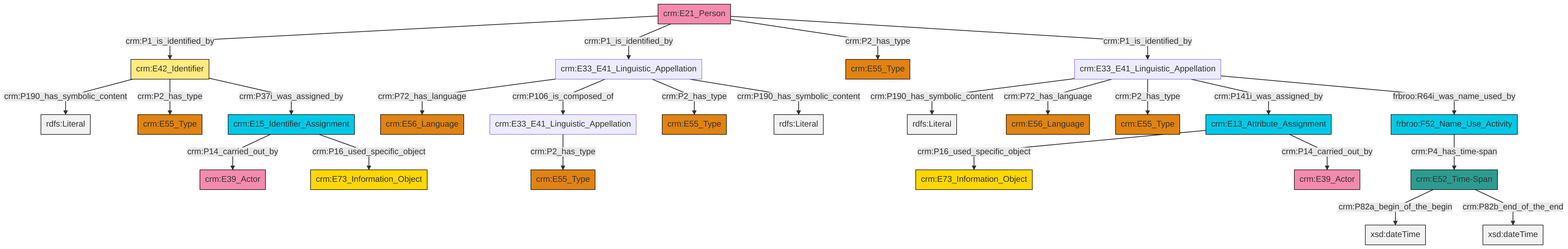
Above: et/personCSV/ttl/mmd/png/Person_Names_and_Classification.png in swiss-art-research-net/reference-data-models (Mermaid), before the change. Its source is kept beside it as et/personCSV/ttl/mmd/Person_Names_and_Classification.ttl.mmd.
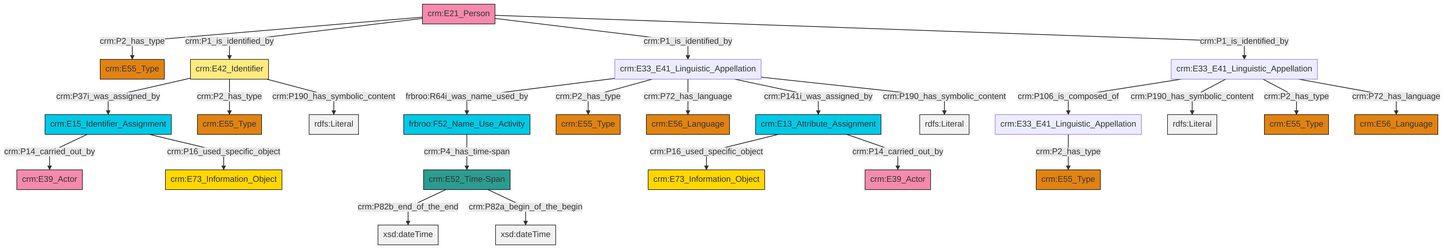
Above is the later version.

Diff of the diagram source:
```diff
@@ -13,27 +13,27 @@
 classDef PC_Classes fill:#4ce600, stroke:#000000;
 classDef Multi fill:#cccccc,stroke:#000000;
 
-0["crm:E21_Person"]:::Actor -->|crm:P1_is_identified_by| 1["crm:E42_Identifier"]:::Appellation
-2["crm:E33_E41_Linguistic_Appellation"]:::Default -->|crm:P190_has_symbolic_content| 3[rdfs:Literal]:::Literal
-2["crm:E33_E41_Linguistic_Appellation"]:::Default -->|crm:P72_has_language| 4["crm:E56_Language"]:::Type
-1["crm:E42_Identifier"]:::Appellation -->|crm:P190_has_symbolic_content| 5[rdfs:Literal]:::Literal
-2["crm:E33_E41_Linguistic_Appellation"]:::Default -->|crm:P2_has_type| 6["crm:E55_Type"]:::Type
-8["crm:E33_E41_Linguistic_Appellation"]:::Default -->|crm:P72_has_language| 9["crm:E56_Language"]:::Type
-12["crm:E52_Time-Span"]:::Time-Span -->|crm:P82a_begin_of_the_begin| 13[xsd:dateTime]:::Literal
-8["crm:E33_E41_Linguistic_Appellation"]:::Default -->|crm:P106_is_composed_of| 14["crm:E33_E41_Linguistic_Appellation"]:::Default
-0["crm:E21_Person"]:::Actor -->|crm:P1_is_identified_by| 8["crm:E33_E41_Linguistic_Appellation"]:::Default
-1["crm:E42_Identifier"]:::Appellation -->|crm:P2_has_type| 15["crm:E55_Type"]:::Type
-14["crm:E33_E41_Linguistic_Appellation"]:::Default -->|crm:P2_has_type| 20["crm:E55_Type"]:::Type
-0["crm:E21_Person"]:::Actor -->|crm:P2_has_type| 21["crm:E55_Type"]:::Type
-2["crm:E33_E41_Linguistic_Appellation"]:::Default -->|crm:P141i_was_assigned_by| 25["crm:E13_Attribute_Assignment"]:::Temporal_Entity
-8["crm:E33_E41_Linguistic_Appellation"]:::Default -->|crm:P2_has_type| 26["crm:E55_Type"]:::Type
-32["crm:E15_Identifier_Assignment"]:::Temporal_Entity -->|crm:P14_carried_out_by| 34["crm:E39_Actor"]:::Actor
-32["crm:E15_Identifier_Assignment"]:::Temporal_Entity -->|crm:P16_used_specific_object| 10["crm:E73_Information_Object"]:::Conceptual_Object
-1["crm:E42_Identifier"]:::Appellation -->|crm:P37i_was_assigned_by| 32["crm:E15_Identifier_Assignment"]:::Temporal_Entity
-25["crm:E13_Attribute_Assignment"]:::Temporal_Entity -->|crm:P16_used_specific_object| 18["crm:E73_Information_Object"]:::Conceptual_Object
-2["crm:E33_E41_Linguistic_Appellation"]:::Default -->|frbroo:R64i_was_name_used_by| 27["frbroo:F52_Name_Use_Activity"]:::Temporal_Entity
-0["crm:E21_Person"]:::Actor -->|crm:P1_is_identified_by| 2["crm:E33_E41_Linguistic_Appellation"]:::Default
-8["crm:E33_E41_Linguistic_Appellation"]:::Default -->|crm:P190_has_symbolic_content| 43[rdfs:Literal]:::Literal
-12["crm:E52_Time-Span"]:::Time-Span -->|crm:P82b_end_of_the_end| 44[xsd:dateTime]:::Literal
-25["crm:E13_Attribute_Assignment"]:::Temporal_Entity -->|crm:P14_carried_out_by| 22["crm:E39_Actor"]:::Actor
-27["frbroo:F52_Name_Use_Activity"]:::Temporal_Entity -->|crm:P4_has_time-span| 12["crm:E52_Time-Span"]:::Time-Span
+0["crm:E42_Identifier"]:::Appellation -->|crm:P37i_was_assigned_by| 1["crm:E15_Identifier_Assignment"]:::Temporal_Entity
+5["crm:E33_E41_Linguistic_Appellation"]:::Default -->|frbroo:R64i_was_name_used_by| 6["frbroo:F52_Name_Use_Activity"]:::Temporal_Entity
+7["crm:E21_Person"]:::Actor -->|crm:P2_has_type| 8["crm:E55_Type"]:::Type
+9["crm:E52_Time-Span"]:::Time-Span -->|crm:P82b_end_of_the_end| 10[xsd:dateTime]:::Literal
+5["crm:E33_E41_Linguistic_Appellation"]:::Default -->|crm:P2_has_type| 14["crm:E55_Type"]:::Type
+20["crm:E33_E41_Linguistic_Appellation"]:::Default -->|crm:P106_is_composed_of| 21["crm:E33_E41_Linguistic_Appellation"]:::Default
+6["frbroo:F52_Name_Use_Activity"]:::Temporal_Entity -->|crm:P4_has_time-span| 9["crm:E52_Time-Span"]:::Time-Span
+5["crm:E33_E41_Linguistic_Appellation"]:::Default -->|crm:P72_has_language| 18["crm:E56_Language"]:::Type
+25["crm:E13_Attribute_Assignment"]:::Temporal_Entity -->|crm:P16_used_specific_object| 26["crm:E73_Information_Object"]:::Conceptual_Object
+0["crm:E42_Identifier"]:::Appellation -->|crm:P2_has_type| 11["crm:E55_Type"]:::Type
+1["crm:E15_Identifier_Assignment"]:::Temporal_Entity -->|crm:P14_carried_out_by| 36["crm:E39_Actor"]:::Actor
+20["crm:E33_E41_Linguistic_Appellation"]:::Default -->|crm:P190_has_symbolic_content| 37[rdfs:Literal]:::Literal
+7["crm:E21_Person"]:::Actor -->|crm:P1_is_identified_by| 0["crm:E42_Identifier"]:::Appellation
+0["crm:E42_Identifier"]:::Appellation -->|crm:P190_has_symbolic_content| 40[rdfs:Literal]:::Literal
+20["crm:E33_E41_Linguistic_Appellation"]:::Default -->|crm:P2_has_type| 30["crm:E55_Type"]:::Type
+21["crm:E33_E41_Linguistic_Appellation"]:::Default -->|crm:P2_has_type| 16["crm:E55_Type"]:::Type
+5["crm:E33_E41_Linguistic_Appellation"]:::Default -->|crm:P141i_was_assigned_by| 25["crm:E13_Attribute_Assignment"]:::Temporal_Entity
+20["crm:E33_E41_Linguistic_Appellation"]:::Default -->|crm:P72_has_language| 3["crm:E56_Language"]:::Type
+9["crm:E52_Time-Span"]:::Time-Span -->|crm:P82a_begin_of_the_begin| 42[xsd:dateTime]:::Literal
+1["crm:E15_Identifier_Assignment"]:::Temporal_Entity -->|crm:P16_used_specific_object| 43["crm:E73_Information_Object"]:::Conceptual_Object
+7["crm:E21_Person"]:::Actor -->|crm:P1_is_identified_by| 5["crm:E33_E41_Linguistic_Appellation"]:::Default
+5["crm:E33_E41_Linguistic_Appellation"]:::Default -->|crm:P190_has_symbolic_content| 45[rdfs:Literal]:::Literal
+7["crm:E21_Person"]:::Actor -->|crm:P1_is_identified_by| 20["crm:E33_E41_Linguistic_Appellation"]:::Default
+25["crm:E13_Attribute_Assignment"]:::Temporal_Entity -->|crm:P14_carried_out_by| 32["crm:E39_Actor"]:::Actor
```
